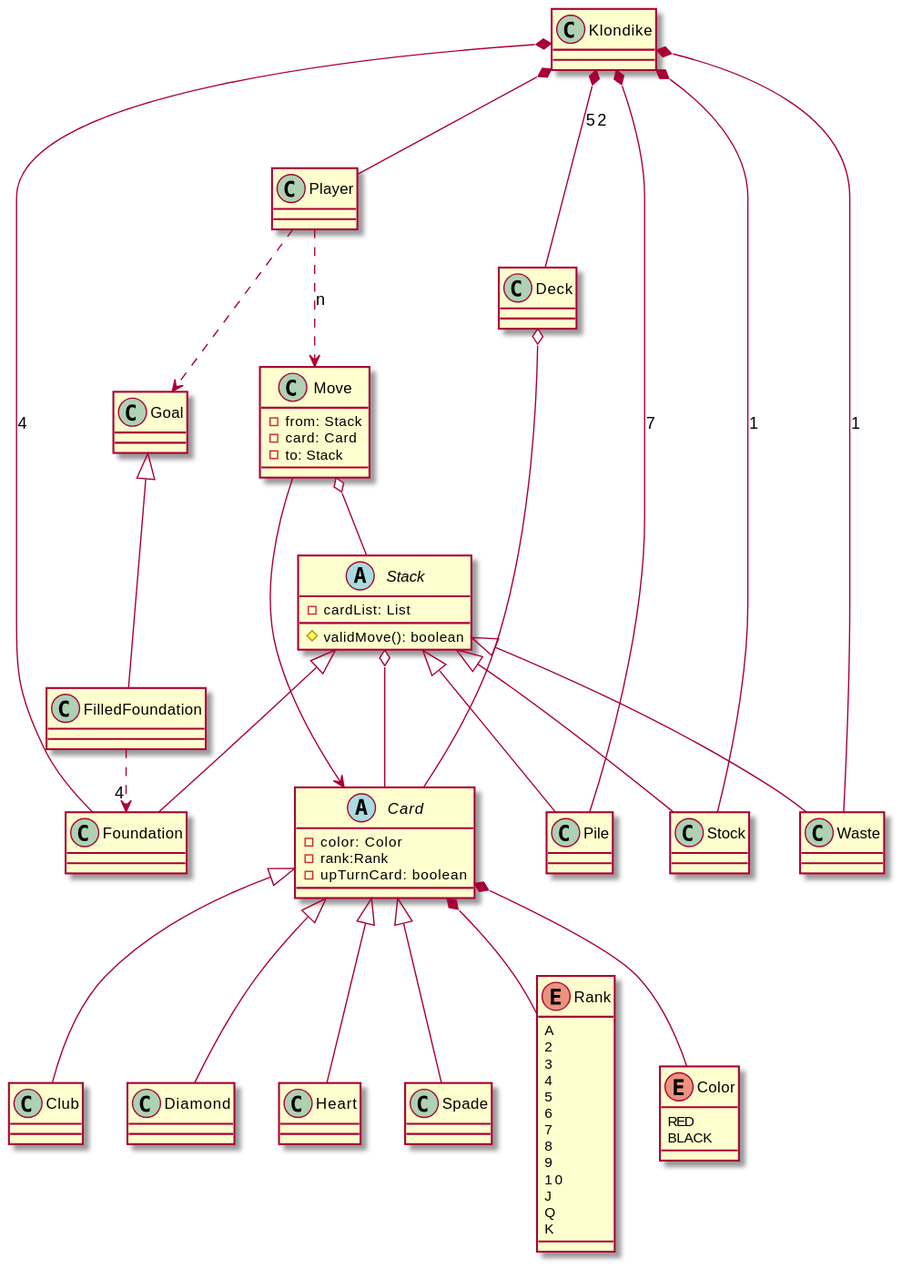
This is klondike/img/class diagram.svg from bvegaM/software_degree, a PlantUML export, as it was before one commit. Source of this version:
```plantuml
@startuml class diagram

class Klondike
class Player
class Pile
class Foundation
class Waste
class Stock
class Move{
    - from: Stack
    - card: Card
    - to: Stack
}
class Goal
class Pile
class Deck
class Club
class Diamond
class Heart
class Spade
class FilledFoundation

abstract Stack{
    - cardList: List
    # validMove(): boolean
}
abstract Card{
    - color: Color
    - rank:Rank
    - upTurnCard: boolean
}

enum Rank{
    A
    2
    3
    4
    5
    6
    7
    8
    9
    10
    J
    Q
    K
}
enum Color{
    RED
    BLACK
}


Klondike *-down- Player
Klondike *-down- Foundation: 4
Klondike *-down- Waste: 1
Klondike *-down- Pile: 7
Klondike *-down- Stock: 1
Klondike *-down- Deck: 52

Deck o-- Card


Stack <|-down- Foundation
Stack <|-down- Waste
Stack <|-down- Stock
Stack <|-down- Pile
Stack o-down- Card

Move o-down- Stack
Move -down-> Card

Player .down.> Move: n
Player .down.> Goal

Goal <|-down- FilledFoundation
FilledFoundation .right.> "4" Foundation


Card <|-down- Club
Card <|-down- Diamond
Card <|-down- Heart
Card <|-down- Spade
Card *-down- Rank
Card *-down- Color


@enduml
```
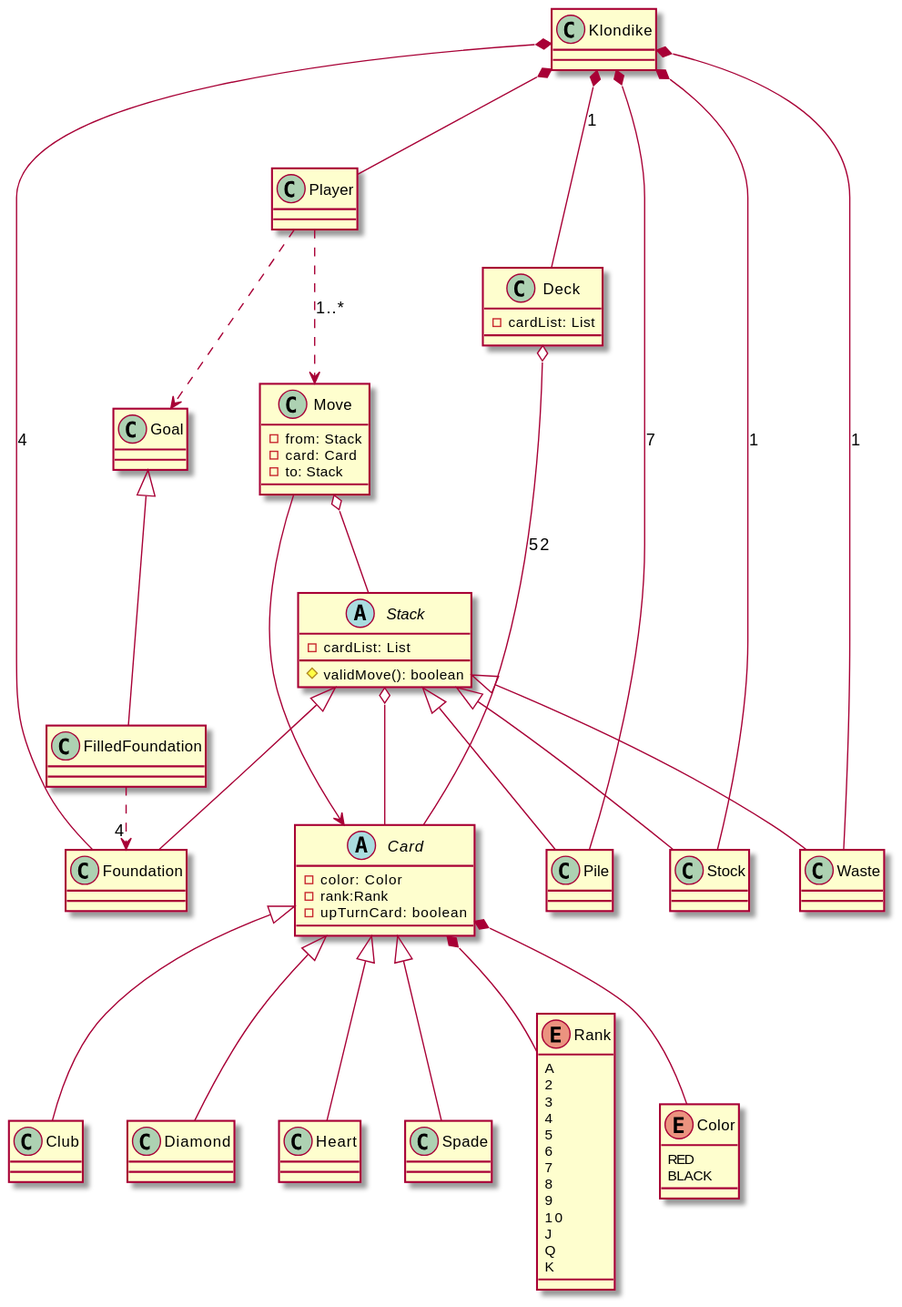
After the commit.

Commit message:
edit diagram class

Diff of the diagram source:
```diff
@@ -13,7 +13,9 @@
 }
 class Goal
 class Pile
-class Deck
+class Deck{
+    - cardList: List
+}
 class Club
 class Diamond
 class Heart
@@ -56,9 +58,9 @@
 Klondike *-down- Waste: 1
 Klondike *-down- Pile: 7
 Klondike *-down- Stock: 1
-Klondike *-down- Deck: 52
+Klondike *-down- Deck: 1
 
-Deck o-- Card
+Deck o-- Card: 52
 
 
 Stack <|-down- Foundation
@@ -70,7 +72,7 @@
 Move o-down- Stack
 Move -down-> Card
 
-Player .down.> Move: n
+Player .down.> Move: 1..*
 Player .down.> Goal
 
 Goal <|-down- FilledFoundation
```
